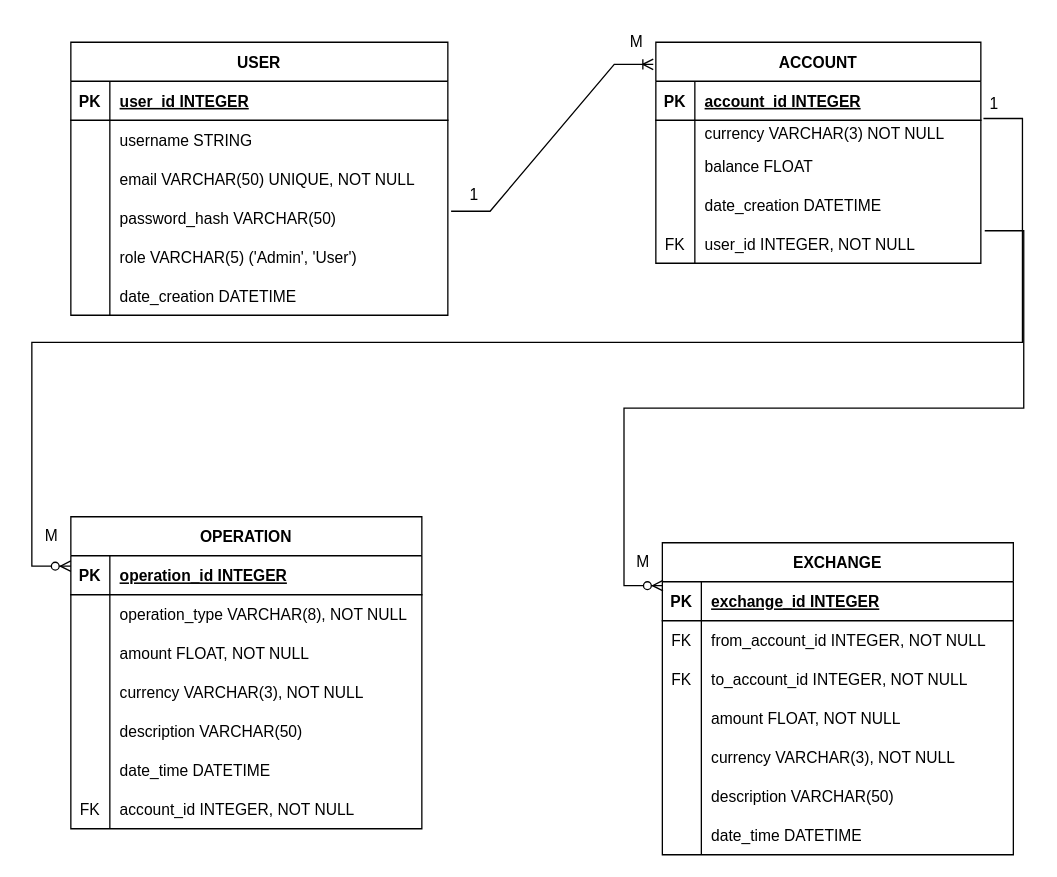
The draw.io diagram Currency_exchange.drawio in danilo90lan/API_Web_Server_Currency_Exchange, before the edit. Source tidied: cells renumbered, new cells numbered last; positions are measured from the earlier drawing's top-left corner, leaving out a move shared by most shapes. Both pictures are drawn from the tidied source at 130%, with x=0, y=0 at pixel (31, 22).
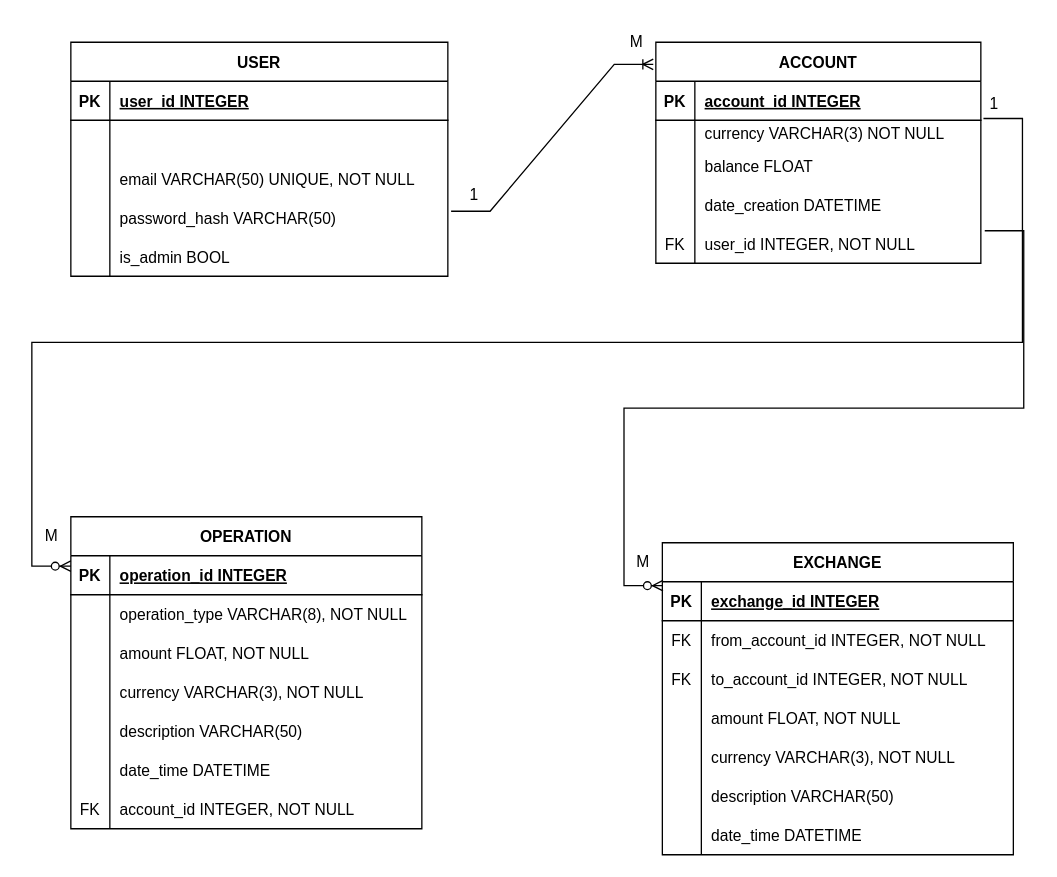
Above is the later version.

The change refers to these unchanged cells:
```xml
<mxCell id="6" style="shape=partialRectangle;fillColor=none;top=0;left=0;right=0;bottom=0;" parent="2" vertex="1">
  <mxGeometry y="60" width="290" height="30" as="geometry" />
</mxCell>
<mxCell id="15" style="shape=partialRectangle;fillColor=none;top=0;left=0;right=0;bottom=0;" parent="2" vertex="1">
  <mxGeometry y="150" width="290" height="30" as="geometry" />
</mxCell>
```

Change to the diagram source:
```diff
@@
     <mxCell id="2" value="USER" style="shape=table;startSize=30;childLayout=tableLayout;rowLines=0;fontStyle=1;align=center;" parent="1" vertex="1">
-      <mxGeometry x="30" y="15" width="290" height="210" as="geometry" />
+      <mxGeometry x="30" y="15" width="290" height="180" as="geometry" />
     </mxCell>
@@
-    <mxCell id="8" value="username STRING" style="shape=partialRectangle;overflow=hidden;fillColor=none;top=0;left=0;bottom=0;right=0;align=left;spacingLeft=6;" parent="6" vertex="1">
+    <mxCell id="8" style="shape=partialRectangle;overflow=hidden;fillColor=none;top=0;left=0;bottom=0;right=0;align=left;spacingLeft=6;" parent="6" vertex="1">
       <mxGeometry x="30" width="260" height="30" as="geometry" />
     </mxCell>
@@
-    <mxCell id="17" value="role VARCHAR(5) ('Admin', 'User')" style="shape=partialRectangle;overflow=hidden;fillColor=none;top=0;left=0;bottom=0;right=0;align=left;spacingLeft=6;" parent="15" vertex="1">
+    <mxCell id="17" value="is_admin BOOL" style="shape=partialRectangle;overflow=hidden;fillColor=none;top=0;left=0;bottom=0;right=0;align=left;spacingLeft=6;" parent="15" vertex="1">
       <mxGeometry x="30" width="260" height="30" as="geometry" />
     </mxCell>
-    <mxCell id="18" style="shape=partialRectangle;fillColor=none;top=0;left=0;right=0;bottom=0;" parent="2" vertex="1">
-      <mxGeometry y="180" width="290" height="30" as="geometry" />
-    </mxCell>
-    <mxCell id="19" style="shape=partialRectangle;overflow=hidden;fillColor=none;top=0;left=0;bottom=0;right=0;" parent="18" vertex="1">
-      <mxGeometry width="30" height="30" as="geometry" />
-    </mxCell>
-    <mxCell id="20" value="date_creation DATETIME" style="shape=partialRectangle;overflow=hidden;fillColor=none;top=0;left=0;bottom=0;right=0;align=left;spacingLeft=6;" parent="18" vertex="1">
-      <mxGeometry x="30" width="260" height="30" as="geometry" />
-    </mxCell>
```
